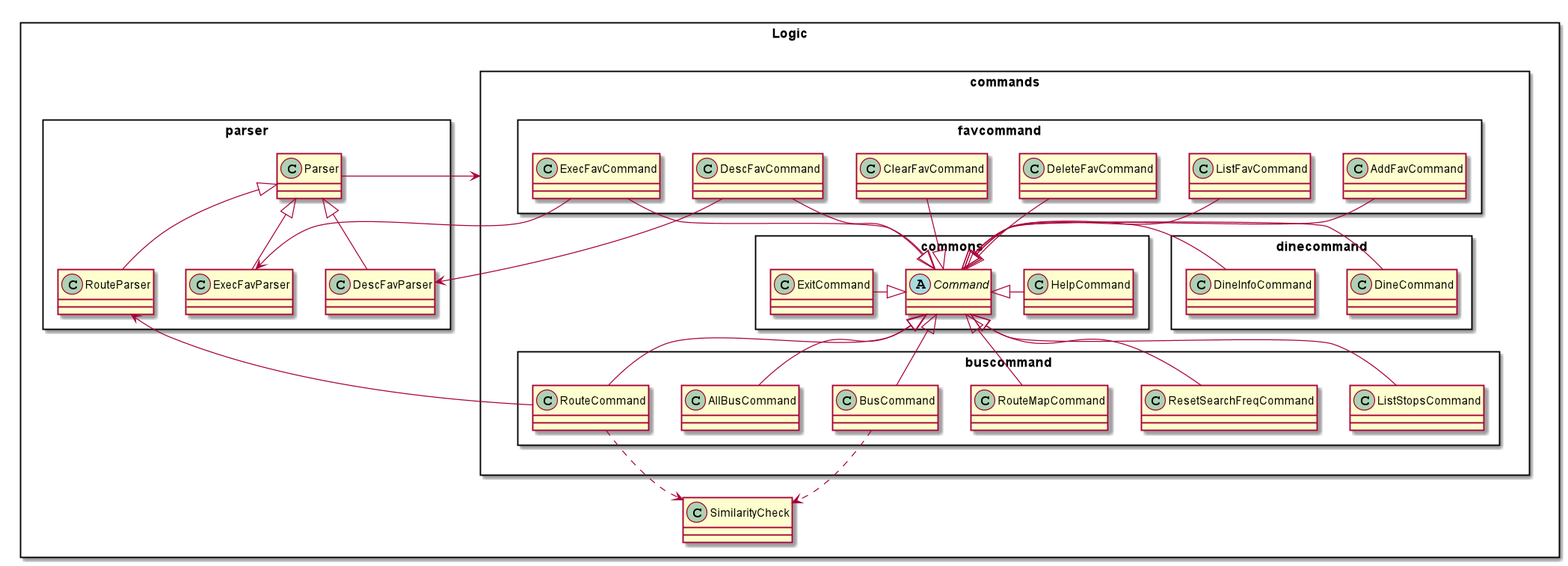
Before: docs/DG_Diagrams/LogicComponent.png, a diagram exported from PlantUML (nus-cs2113-AY2021S1/tp).
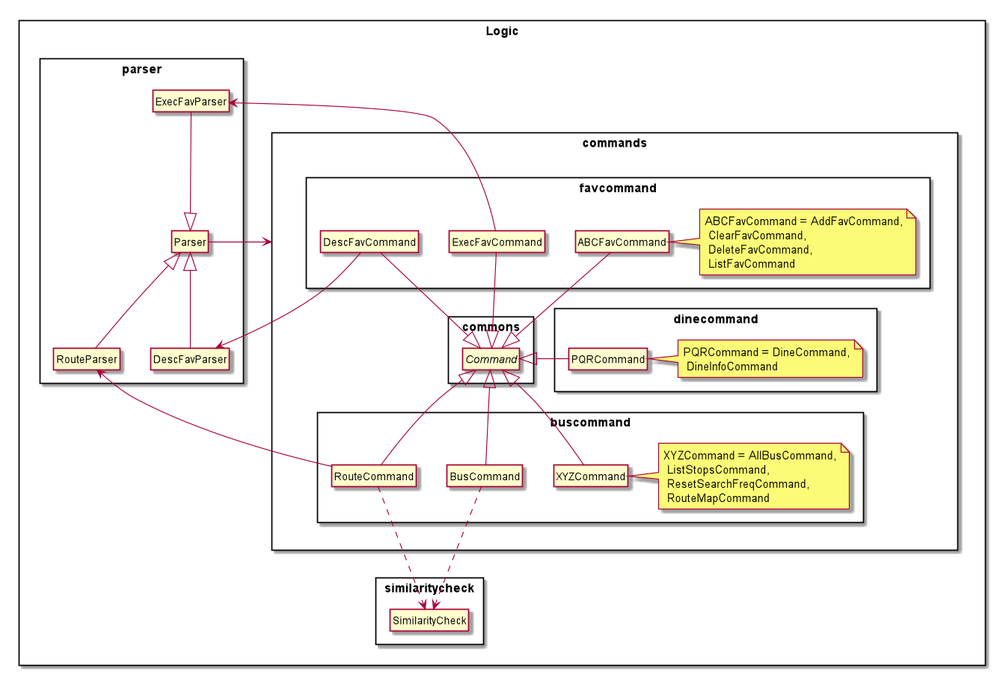
The same diagram one commit later.

Commit message:
Update logic class diagram

(cherry picked from commit c6f33d332ce7a5aeb2925c6e8858cb54f7a63c5a)

Diff of the diagram source:
```diff
@@ -1,32 +1,29 @@
 @startuml
 
-allowmixing
+hide members
+hide circle
+skinparam classAttributeIconSize 0
+
 Rectangle Logic {
 Rectangle commands {
 Rectangle commons {
 abstract class Command
-Command <|-left ExitCommand
-Command <|- HelpCommand
 }
 Rectangle buscommand {
-Command <|-- AllBusCommand
-Command <|-left BusCommand
-Command <|-- ListStopsCommand
-Command <|-- ResetSearchFreqCommand
+Command <|-- BusCommand
 Command <|-- RouteCommand
-Command <|-- RouteMapCommand
+Command <|-- XYZCommand
+note right: XYZCommand = AllBusCommand,\n ListStopsCommand,\n ResetSearchFreqCommand,\n RouteMapCommand
 }
 Rectangle dinecommand {
-Command <|-left DineCommand
-Command <|-left DineInfoCommand
+Command <|-left PQRCommand
+note right: PQRCommand = DineCommand,\n DineInfoCommand
 }
 Rectangle favcommand {
-Command <|--up AddFavCommand
-Command <|--up ClearFavCommand
-Command <|--up DeleteFavCommand
 Command <|--up DescFavCommand
-Command <|-- ExecFavCommand
-Command <|-- ListFavCommand
+Command <|--up ExecFavCommand
+Command <|--up ABCFavCommand
+note right: ABCFavCommand = AddFavCommand,\n ClearFavCommand,\n DeleteFavCommand,\n ListFavCommand
 }
 }
 Rectangle parser {
@@ -34,15 +31,15 @@
 RouteParser <-down RouteCommand
 Parser <|-- DescFavParser
 DescFavParser <- DescFavCommand
-Parser <|-- ExecFavParser
+Parser <|--up ExecFavParser
 ExecFavParser <- ExecFavCommand
 }
-class SimilarityCheck
 
+Rectangle similaritycheck {
 SimilarityCheck <..down RouteCommand
 SimilarityCheck <..down BusCommand
 }
+}
 
 Parser --left> commands
-
 @enduml
```
